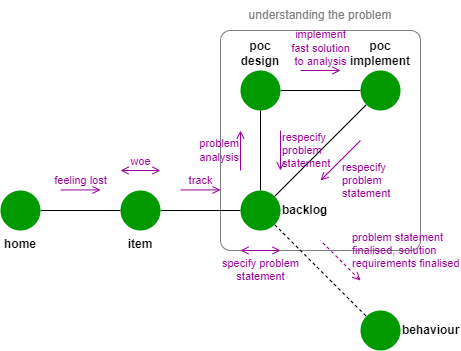
Before: docs/_images/poc-flow.png, a diagram exported from draw.io (lifespline/agile). Source tidied: cells renumbered, new cells last; positions are measured from the earlier drawing's top-left corner, leaving out a move shared by most shapes.
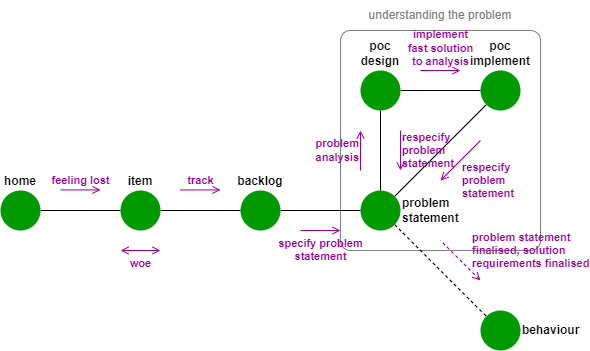
Later version of the same file.

Commit message:
doc: finalize behaviour specification for problem analysis flow

The edit, as a diff of the source:
```diff
@@ -5,34 +5,34 @@
     <mxCell id="2" style="rounded=1;whiteSpace=wrap;html=1;fontColor=#FFFF00;fillColor=default;strokeColor=#808080;arcSize=5;" parent="1" vertex="1">
       <mxGeometry x="220" y="30" width="200" height="220" as="geometry" />
     </mxCell>
-    <mxCell id="3" style="edgeStyle=none;html=1;endArrow=none;endFill=0;" parent="1" edge="1" source="4" target="6">
+    <mxCell id="3" style="edgeStyle=none;html=1;endArrow=none;endFill=0;fontStyle=1;" parent="1" edge="1" source="4" target="6">
       <mxGeometry relative="1" as="geometry" />
     </mxCell>
-    <mxCell id="4" value="&lt;b&gt;home&lt;/b&gt;" style="ellipse;whiteSpace=wrap;html=1;strokeColor=none;fillColor=#009900;verticalAlign=top;labelPosition=center;verticalLabelPosition=bottom;align=center;" parent="1" vertex="1">
-      <mxGeometry y="190" width="40" height="40" as="geometry" />
+    <mxCell id="4" value="&lt;b&gt;home&lt;/b&gt;" style="ellipse;whiteSpace=wrap;html=1;strokeColor=none;fillColor=#009900;verticalAlign=bottom;labelPosition=center;verticalLabelPosition=top;align=center;" parent="1" vertex="1">
+      <mxGeometry x="-120" y="190" width="40" height="40" as="geometry" />
     </mxCell>
-    <mxCell id="5" style="edgeStyle=none;html=1;endArrow=none;endFill=0;" parent="1" edge="1" source="6" target="9">
+    <mxCell id="5" style="edgeStyle=none;html=1;endArrow=none;endFill=0;fontStyle=1;" parent="1" edge="1" source="6" target="26">
       <mxGeometry relative="1" as="geometry" />
     </mxCell>
-    <mxCell id="6" value="&lt;b&gt;item&lt;/b&gt;" style="ellipse;whiteSpace=wrap;html=1;strokeColor=none;fillColor=#009900;verticalAlign=top;labelPosition=center;verticalLabelPosition=bottom;align=center;" parent="1" vertex="1">
-      <mxGeometry x="120" y="190" width="40" height="40" as="geometry" />
+    <mxCell id="6" value="&lt;b&gt;item&lt;/b&gt;" style="ellipse;whiteSpace=wrap;html=1;strokeColor=none;fillColor=#009900;verticalAlign=bottom;labelPosition=center;verticalLabelPosition=top;align=center;" parent="1" vertex="1">
+      <mxGeometry y="190" width="40" height="40" as="geometry" />
     </mxCell>
-    <mxCell id="7" style="edgeStyle=none;html=1;endArrow=none;endFill=0;" parent="1" edge="1" source="9" target="11">
+    <mxCell id="7" style="edgeStyle=none;html=1;endArrow=none;endFill=0;fontStyle=1;" parent="1" edge="1" source="9" target="11">
       <mxGeometry relative="1" as="geometry" />
     </mxCell>
-    <mxCell id="8" style="edgeStyle=none;html=1;endArrow=none;endFill=0;dashed=1;" parent="1" edge="1" source="9" target="14">
+    <mxCell id="8" style="edgeStyle=none;html=1;endArrow=none;endFill=0;dashed=1;fontStyle=1;" parent="1" edge="1" source="9" target="14">
       <mxGeometry relative="1" as="geometry" />
     </mxCell>
-    <mxCell id="9" value="&lt;b&gt;backlog&lt;/b&gt;" style="ellipse;whiteSpace=wrap;html=1;strokeColor=none;fillColor=#009900;verticalAlign=middle;labelPosition=right;verticalLabelPosition=middle;align=left;" parent="1" vertex="1">
+    <mxCell id="9" value="&lt;b&gt;problem&lt;br&gt;statement&lt;br&gt;&lt;/b&gt;" style="ellipse;whiteSpace=wrap;html=1;strokeColor=none;fillColor=#009900;verticalAlign=middle;labelPosition=right;verticalLabelPosition=middle;align=left;" parent="1" vertex="1">
       <mxGeometry x="240" y="190" width="40" height="40" as="geometry" />
     </mxCell>
-    <mxCell id="10" style="edgeStyle=none;html=1;endArrow=none;endFill=0;" parent="1" edge="1" source="11" target="13">
+    <mxCell id="10" style="edgeStyle=none;html=1;endArrow=none;endFill=0;fontStyle=1;" parent="1" edge="1" source="11" target="13">
       <mxGeometry relative="1" as="geometry" />
     </mxCell>
     <mxCell id="11" value="&lt;b&gt;poc design&lt;/b&gt;" style="ellipse;whiteSpace=wrap;html=1;strokeColor=none;fillColor=#009900;verticalAlign=bottom;labelPosition=center;verticalLabelPosition=top;align=center;" parent="1" vertex="1">
       <mxGeometry x="240" y="70" width="40" height="40" as="geometry" />
     </mxCell>
-    <mxCell id="12" style="edgeStyle=none;html=1;endArrow=none;endFill=0;" parent="1" edge="1" source="13" target="9">
+    <mxCell id="12" style="edgeStyle=none;html=1;endArrow=none;endFill=0;fontStyle=1;" parent="1" edge="1" source="13" target="9">
       <mxGeometry relative="1" as="geometry" />
     </mxCell>
     <mxCell id="13" value="&lt;b&gt;poc&lt;br&gt;implement&lt;br&gt;&lt;/b&gt;" style="ellipse;whiteSpace=wrap;html=1;strokeColor=none;fillColor=#009900;verticalAlign=bottom;labelPosition=center;verticalLabelPosition=top;align=center;" parent="1" vertex="1">
@@ -41,62 +41,68 @@
     <mxCell id="14" value="&lt;b&gt;behaviour&lt;br&gt;&lt;/b&gt;" style="ellipse;whiteSpace=wrap;html=1;strokeColor=none;fillColor=#009900;verticalAlign=middle;labelPosition=right;verticalLabelPosition=middle;align=left;" parent="1" vertex="1">
       <mxGeometry x="360" y="310" width="40" height="40" as="geometry" />
     </mxCell>
-    <mxCell id="15" value="feeling lost" style="endArrow=open;html=1;endFill=0;verticalAlign=bottom;labelBackgroundColor=none;fontColor=#990099;strokeColor=#990099;" parent="1" edge="1">
+    <mxCell id="15" value="feeling lost" style="endArrow=open;html=1;endFill=0;verticalAlign=bottom;labelBackgroundColor=none;fontColor=#990099;strokeColor=#990099;fontStyle=1;" parent="1" edge="1">
       <mxGeometry relative="1" as="geometry">
-        <mxPoint x="60" y="189.4" as="sourcePoint" />
-        <mxPoint x="100" y="189.4" as="targetPoint" />
+        <mxPoint x="-60" y="189.4" as="sourcePoint" />
+        <mxPoint x="-20" y="189.4" as="targetPoint" />
       </mxGeometry>
     </mxCell>
-    <mxCell id="16" value="woe" style="endArrow=open;html=1;endFill=0;verticalAlign=bottom;labelBackgroundColor=none;fontColor=#990099;strokeColor=#990099;startArrow=open;startFill=0;" parent="1" edge="1">
+    <mxCell id="16" value="woe" style="endArrow=open;html=1;endFill=0;verticalAlign=top;labelBackgroundColor=none;fontColor=#990099;strokeColor=#990099;startArrow=open;startFill=0;fontStyle=1;labelPosition=center;verticalLabelPosition=bottom;align=center;" parent="1" edge="1">
       <mxGeometry relative="1" as="geometry">
-        <mxPoint x="120" y="170" as="sourcePoint" />
-        <mxPoint x="160" y="170" as="targetPoint" />
+        <mxPoint y="250" as="sourcePoint" />
+        <mxPoint x="40" y="250" as="targetPoint" />
       </mxGeometry>
     </mxCell>
-    <mxCell id="17" value="track" style="endArrow=open;html=1;endFill=0;verticalAlign=bottom;labelBackgroundColor=none;fontColor=#990099;strokeColor=#990099;" parent="1" edge="1">
+    <mxCell id="17" value="track" style="endArrow=open;html=1;endFill=0;verticalAlign=bottom;labelBackgroundColor=none;fontColor=#990099;strokeColor=#990099;fontStyle=1;" parent="1" edge="1">
       <mxGeometry relative="1" as="geometry">
-        <mxPoint x="180" y="189.4" as="sourcePoint" />
-        <mxPoint x="220" y="189.4" as="targetPoint" />
+        <mxPoint x="60" y="189.4" as="sourcePoint" />
+        <mxPoint x="100" y="189.4" as="targetPoint" />
       </mxGeometry>
     </mxCell>
     <mxCell id="18" value="understanding the problem" style="text;html=1;strokeColor=none;fillColor=none;align=center;verticalAlign=middle;whiteSpace=wrap;rounded=0;dashed=1;fontColor=#808080;" parent="1" vertex="1">
       <mxGeometry x="240" width="160" height="30" as="geometry" />
     </mxCell>
-    <mxCell id="19" value="specify&amp;nbsp;problem&lt;br&gt;statement" style="endArrow=open;html=1;endFill=0;verticalAlign=top;labelBackgroundColor=none;fontColor=#990099;strokeColor=#990099;startArrow=open;startFill=0;labelPosition=center;verticalLabelPosition=bottom;align=center;" parent="1" edge="1">
+    <mxCell id="19" value="specify&amp;nbsp;problem&lt;br&gt;statement" style="endArrow=open;html=1;endFill=0;verticalAlign=top;labelBackgroundColor=none;fontColor=#990099;strokeColor=#990099;startArrow=none;startFill=0;labelPosition=center;verticalLabelPosition=bottom;align=center;fontStyle=1;" parent="1" edge="1">
       <mxGeometry relative="1" as="geometry">
-        <mxPoint x="240" y="250" as="sourcePoint" />
-        <mxPoint x="280" y="250" as="targetPoint" />
+        <mxPoint x="180" y="230" as="sourcePoint" />
+        <mxPoint x="220" y="230" as="targetPoint" />
       </mxGeometry>
     </mxCell>
-    <mxCell id="20" value="problem&lt;br&gt;analysis" style="endArrow=open;html=1;endFill=0;verticalAlign=middle;labelBackgroundColor=none;fontColor=#990099;strokeColor=#990099;labelPosition=left;verticalLabelPosition=middle;align=right;" parent="1" edge="1">
+    <mxCell id="20" value="problem&lt;br&gt;analysis" style="endArrow=open;html=1;endFill=0;verticalAlign=middle;labelBackgroundColor=none;fontColor=#990099;strokeColor=#990099;labelPosition=left;verticalLabelPosition=middle;align=right;fontStyle=1;" parent="1" edge="1">
       <mxGeometry relative="1" as="geometry">
         <mxPoint x="240" y="170" as="sourcePoint" />
         <mxPoint x="240" y="130" as="targetPoint" />
       </mxGeometry>
     </mxCell>
-    <mxCell id="21" value="implement&lt;br&gt;fast solution&lt;br&gt;to&amp;nbsp;analysis" style="endArrow=open;html=1;endFill=0;verticalAlign=bottom;labelBackgroundColor=none;fontColor=#990099;strokeColor=#990099;" parent="1" edge="1">
+    <mxCell id="21" value="implement&lt;br&gt;fast solution&lt;br&gt;to&amp;nbsp;analysis" style="endArrow=open;html=1;endFill=0;verticalAlign=bottom;labelBackgroundColor=none;fontColor=#990099;strokeColor=#990099;fontStyle=1;" parent="1" edge="1">
       <mxGeometry relative="1" as="geometry">
         <mxPoint x="300" y="70" as="sourcePoint" />
         <mxPoint x="340" y="70" as="targetPoint" />
       </mxGeometry>
     </mxCell>
-    <mxCell id="22" value="respecify&lt;br&gt;problem&amp;nbsp;&lt;br&gt;statement" style="endArrow=none;html=1;endFill=0;verticalAlign=middle;labelBackgroundColor=none;fontColor=#990099;strokeColor=#990099;labelPosition=right;verticalLabelPosition=middle;align=left;startArrow=open;startFill=0;" parent="1" edge="1">
+    <mxCell id="22" value="respecify&lt;br&gt;problem&amp;nbsp;&lt;br&gt;statement" style="endArrow=none;html=1;endFill=0;verticalAlign=middle;labelBackgroundColor=none;fontColor=#990099;strokeColor=#990099;labelPosition=right;verticalLabelPosition=middle;align=left;startArrow=open;startFill=0;fontStyle=1;" parent="1" edge="1">
       <mxGeometry relative="1" as="geometry">
         <mxPoint x="280" y="170" as="sourcePoint" />
         <mxPoint x="280" y="130" as="targetPoint" />
       </mxGeometry>
     </mxCell>
-    <mxCell id="23" value="respecify&lt;br&gt;problem&amp;nbsp;&lt;br&gt;statement" style="endArrow=none;html=1;endFill=0;verticalAlign=middle;labelBackgroundColor=none;fontColor=#990099;strokeColor=#990099;labelPosition=right;verticalLabelPosition=middle;align=left;startArrow=open;startFill=0;" parent="1" edge="1">
+    <mxCell id="23" value="respecify&lt;br&gt;problem&amp;nbsp;&lt;br&gt;statement" style="endArrow=none;html=1;endFill=0;verticalAlign=middle;labelBackgroundColor=none;fontColor=#990099;strokeColor=#990099;labelPosition=right;verticalLabelPosition=middle;align=left;startArrow=open;startFill=0;fontStyle=1;" parent="1" edge="1">
       <mxGeometry x="-0.5" y="-14" relative="1" as="geometry">
         <mxPoint x="320" y="180" as="sourcePoint" />
         <mxPoint x="360" y="140" as="targetPoint" />
       </mxGeometry>
     </mxCell>
-    <mxCell id="24" value="problem statement&lt;br&gt;finalised, solution&lt;br&gt;requirements finalised" style="endArrow=none;html=1;endFill=0;verticalAlign=middle;labelBackgroundColor=none;fontColor=#990099;strokeColor=#990099;labelPosition=right;verticalLabelPosition=middle;align=left;startArrow=open;startFill=0;dashed=1;" parent="1" edge="1">
+    <mxCell id="24" value="problem statement&lt;br&gt;finalised, solution&lt;br&gt;requirements finalised" style="endArrow=none;html=1;endFill=0;verticalAlign=middle;labelBackgroundColor=none;fontColor=#990099;strokeColor=#990099;labelPosition=right;verticalLabelPosition=middle;align=left;startArrow=open;startFill=0;dashed=1;fontStyle=1;" parent="1" edge="1">
       <mxGeometry y="-14" relative="1" as="geometry">
         <mxPoint x="360" y="280" as="sourcePoint" />
         <mxPoint x="320" y="240" as="targetPoint" />
       </mxGeometry>
     </mxCell>
+    <mxCell id="25" style="edgeStyle=none;html=1;endArrow=none;endFill=0;" parent="1" edge="1" source="26" target="9">
+      <mxGeometry relative="1" as="geometry" />
+    </mxCell>
+    <mxCell id="26" value="&lt;b&gt;backlog&lt;/b&gt;" style="ellipse;whiteSpace=wrap;html=1;strokeColor=none;fillColor=#009900;verticalAlign=bottom;labelPosition=center;verticalLabelPosition=top;align=center;" parent="1" vertex="1">
+      <mxGeometry x="120" y="190" width="40" height="40" as="geometry" />
+    </mxCell>
   </root>
 </mxGraphModel>
```
